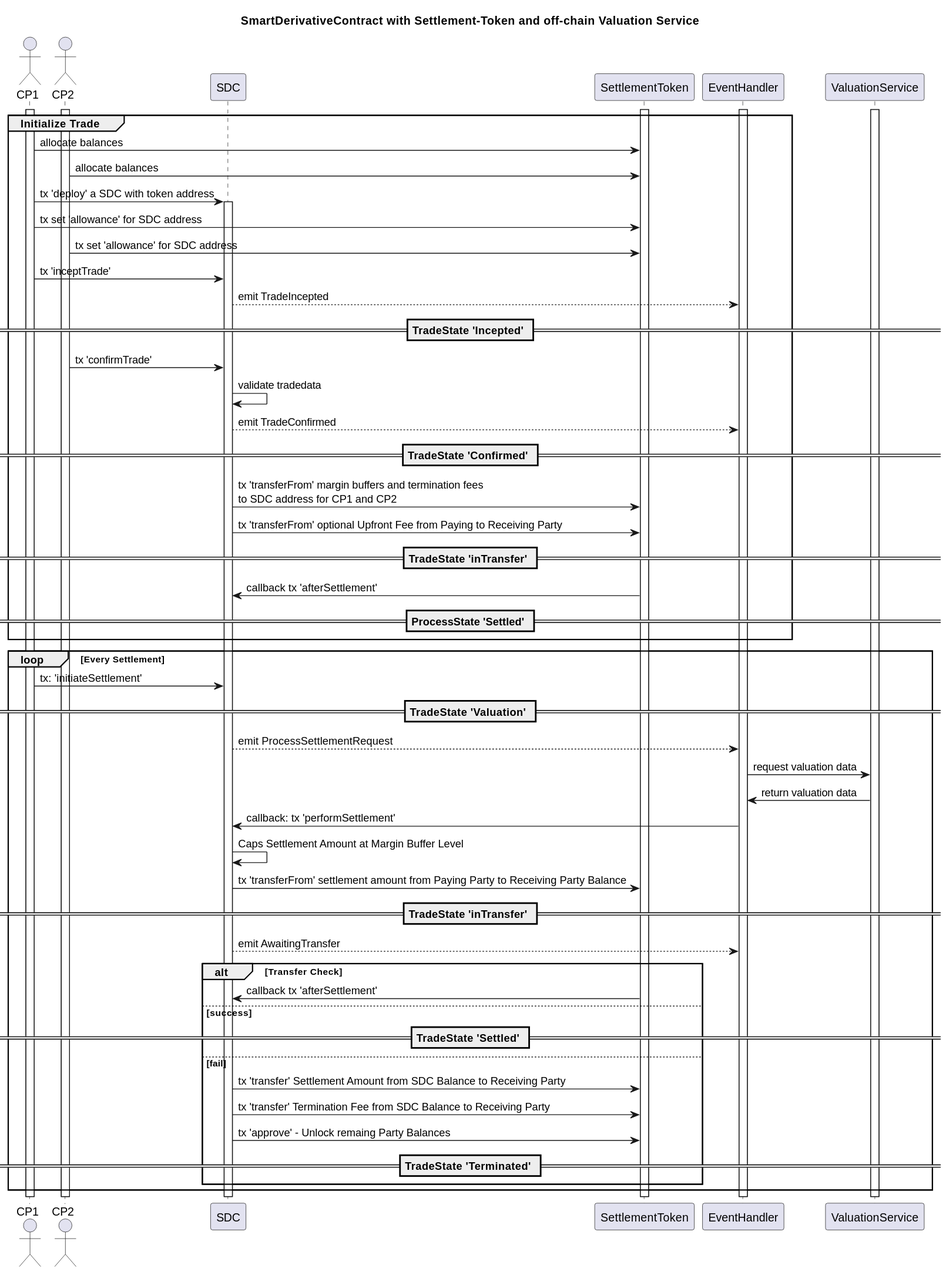
The PlantUML diagram assets/erc-6123/doc/sequence.svg in ethereum/ERCs, before a commit.
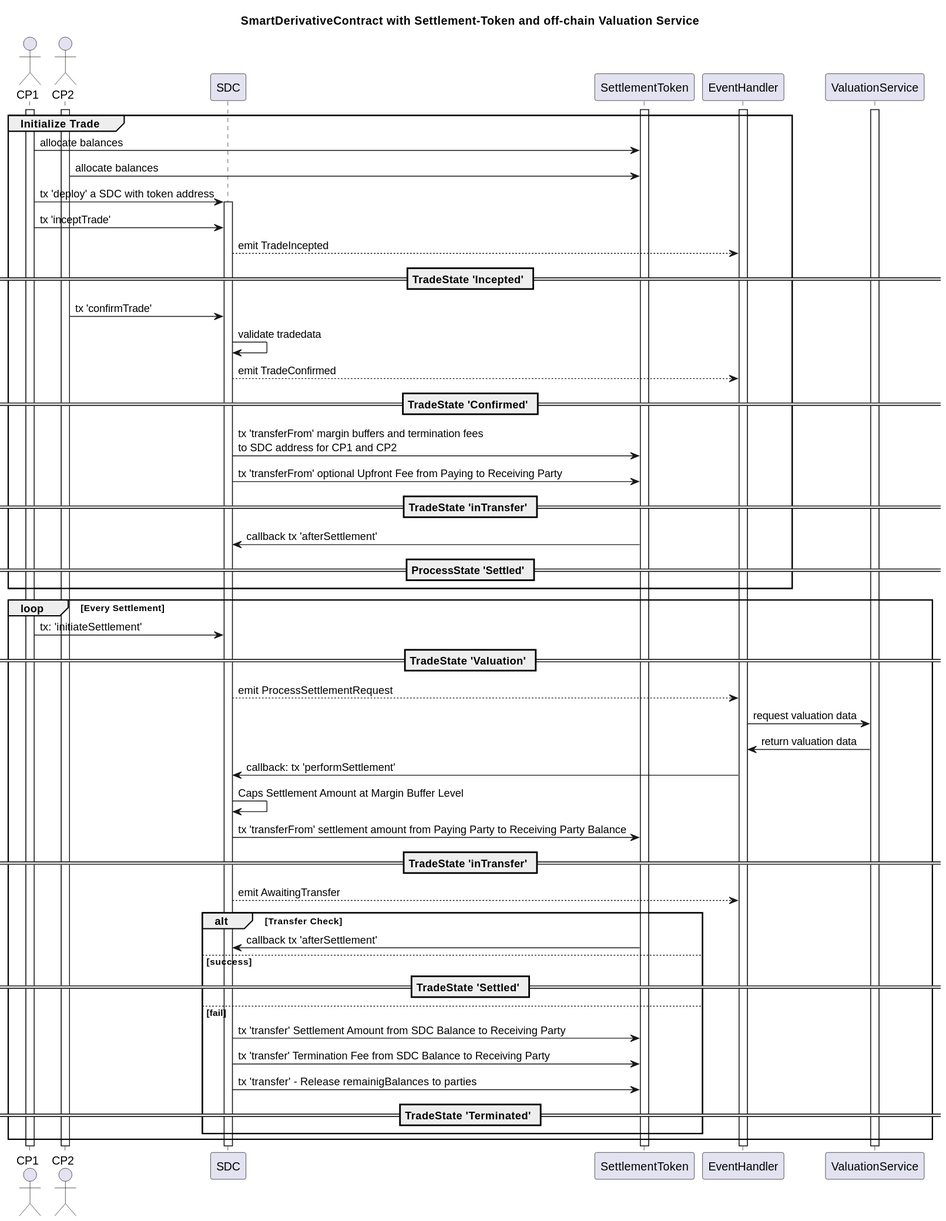
After the commit.

Commit message:
- as remarked by @cfries: reworked upfront and termination payment more clearly (in view of receiving party), added unit test, updated sequence-flow svg

What changed in the source:
```diff
@@ -26,8 +26,6 @@
 CP2 ->SettlementToken: allocate balances
 CP1 ->SDC: tx 'deploy' a SDC with token address
 activate SDC
-CP1 ->SettlementToken: tx set 'allowance' for SDC address
-CP2 ->SettlementToken: tx set 'allowance' for SDC address
 CP1 ->SDC:                 tx 'inceptTrade'
 
 SDC-->EventHandler: emit TradeIncepted
@@ -70,7 +68,7 @@
 else fail
 	SDC->SettlementToken: tx 'transfer' Settlement Amount from SDC Balance to Receiving Party
 	SDC->SettlementToken: tx 'transfer' Termination Fee from SDC Balance to Receiving Party
-    	SDC->SettlementToken: tx 'approve' - Unlock remaing Party Balances
+    	SDC->SettlementToken: tx 'transfer' - Release  remainigBalances to parties
 
 == TradeState 'Terminated' ==
 end
```
